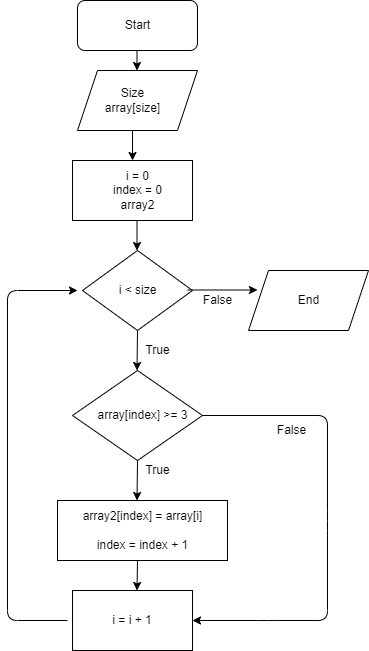
Before: blocksh.drawio.png, a diagram exported from draw.io (Anfisskass/Test_3monthes). Source tidied: cells renumbered, new cells last; positions are measured from the earlier drawing's top-left corner, leaving out a move shared by most shapes.
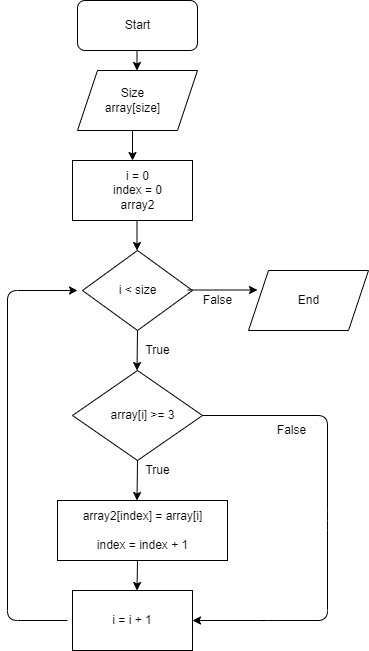
After the change.

Commit message:
Changing shema

What changed in the source:
```diff
@@ -67,8 +67,8 @@
     <mxCell id="18" value="i = i + 1" style="rounded=0;whiteSpace=wrap;html=1;" parent="1" vertex="1">
       <mxGeometry x="65" y="590" width="120" height="60" as="geometry" />
     </mxCell>
-    <mxCell id="19" value="array[index] &amp;gt;= 3" style="text;html=1;align=center;verticalAlign=middle;fillColor=none;strokeColor=none;rounded=0;" parent="1" vertex="1">
-      <mxGeometry x="80" y="405" width="110" height="20" as="geometry" />
+    <mxCell id="19" value="array[i] &amp;gt;= 3" style="text;html=1;align=center;verticalAlign=middle;fillColor=none;strokeColor=none;rounded=0;" parent="1" vertex="1">
+      <mxGeometry x="95" y="405" width="80" height="20" as="geometry" />
     </mxCell>
     <mxCell id="20" value="array2[index] = array[i]&lt;br&gt;&lt;br&gt;index = index + 1" style="text;html=1;align=center;verticalAlign=middle;fillColor=none;strokeColor=none;rounded=0;" parent="1" vertex="1">
       <mxGeometry x="65" y="505" width="140" height="50" as="geometry" />
```
